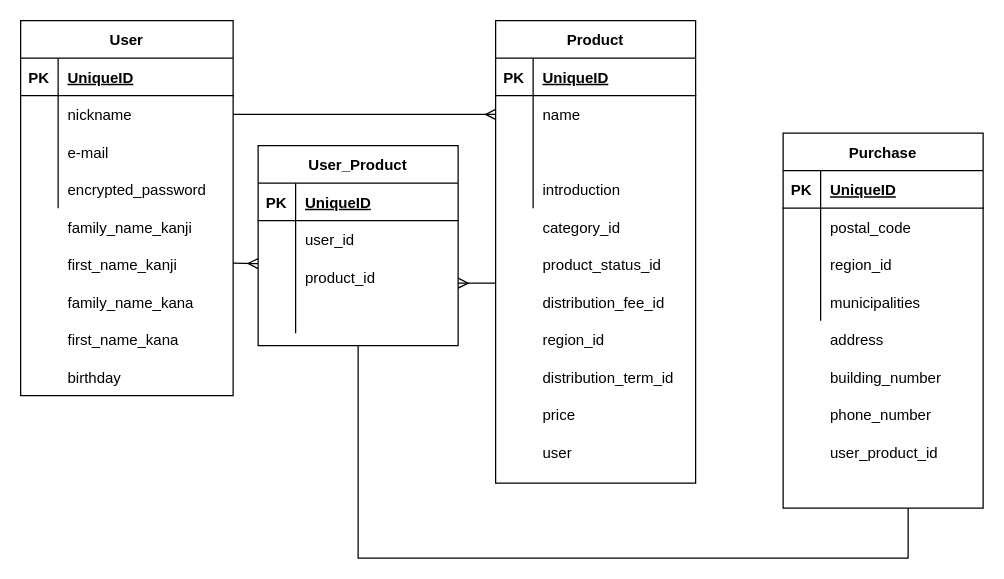
Earlier version of the draw.io diagram furima.dio (kammy0603/furima-30941). Source tidied: cells renumbered, new cells numbered last; positions are measured from the earlier drawing's top-left corner, leaving out a move shared by most shapes. Both pictures are drawn from the tidied source at 125%, with x=0, y=0 at pixel (20, 20).
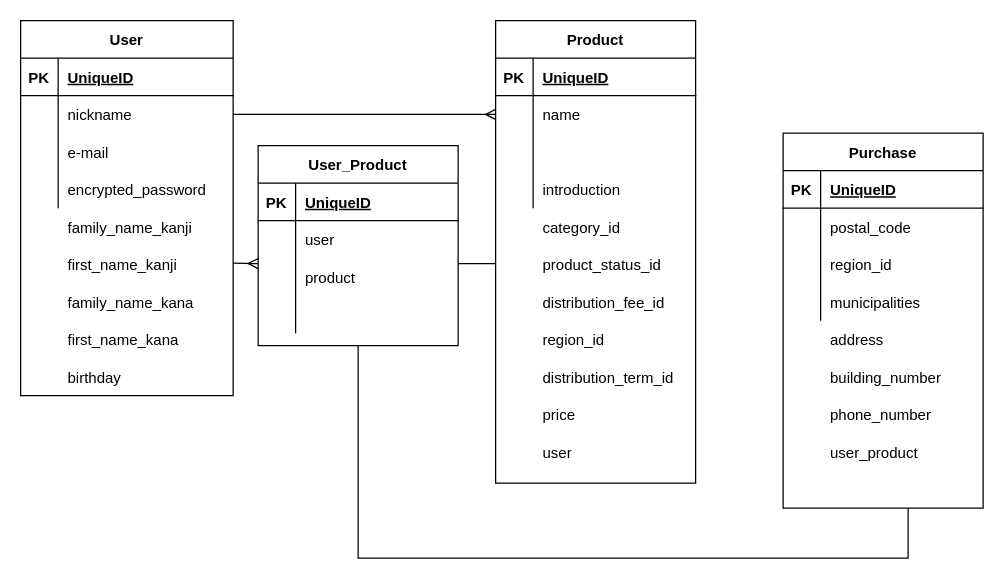
The same page after the edit.

Unchanged cells that the change refers to:
```xml
<mxCell id="33" style="shape=partialRectangle;fillColor=none;top=0;left=0;bottom=0;right=0;" parent="29" vertex="1">
  <mxGeometry y="60" width="160" height="30" as="geometry" />
</mxCell>
<mxCell id="36" style="shape=partialRectangle;fillColor=none;top=0;left=0;bottom=0;right=0;" parent="29" vertex="1">
  <mxGeometry y="90" width="160" height="30" as="geometry" />
</mxCell>
```

What changed in the source:
```diff
@@
-    <mxCell id="35" value="user_id" style="shape=partialRectangle;fillColor=none;top=0;left=0;bottom=0;right=0;align=left;spacingLeft=6;overflow=hidden;" parent="33" vertex="1">
+    <mxCell id="35" value="user" style="shape=partialRectangle;fillColor=none;top=0;left=0;bottom=0;right=0;align=left;spacingLeft=6;overflow=hidden;" parent="33" vertex="1">
       <mxGeometry x="30" width="130" height="30" as="geometry" />
     </mxCell>
@@
-    <mxCell id="38" value="product_id" style="shape=partialRectangle;fillColor=none;top=0;left=0;bottom=0;right=0;align=left;spacingLeft=6;overflow=hidden;" parent="36" vertex="1">
+    <mxCell id="38" value="product" style="shape=partialRectangle;fillColor=none;top=0;left=0;bottom=0;right=0;align=left;spacingLeft=6;overflow=hidden;" parent="36" vertex="1">
       <mxGeometry x="30" width="130" height="30" as="geometry" />
     </mxCell>
@@
-    <mxCell id="94" style="endArrow=ERmany;html=1;rounded=0;endFill=0;" parent="1" edge="1">
+    <mxCell id="94" style="endArrow=none;html=1;rounded=0;endFill=0;" parent="1" edge="1">
       <mxGeometry relative="1" as="geometry">
-        <mxPoint x="350" y="210" as="sourcePoint" />
-        <mxPoint x="350" y="210" as="targetPoint" />
+        <mxPoint x="350" y="194.4" as="sourcePoint" />
+        <mxPoint x="350" y="194.4" as="targetPoint" />
         <Array as="points">
-          <mxPoint x="380" y="210" />
+          <mxPoint x="380" y="194.4" />
         </Array>
       </mxGeometry>
     </mxCell>
-    <mxCell id="95" value="user_product_id" style="shape=partialRectangle;fillColor=none;top=0;left=0;bottom=0;right=0;align=left;spacingLeft=6;overflow=hidden;" parent="1" vertex="1">
+    <mxCell id="95" value="user_product" style="shape=partialRectangle;fillColor=none;top=0;left=0;bottom=0;right=0;align=left;spacingLeft=6;overflow=hidden;" parent="1" vertex="1">
       <mxGeometry x="640" y="320" width="130" height="50" as="geometry" />
     </mxCell>
```
